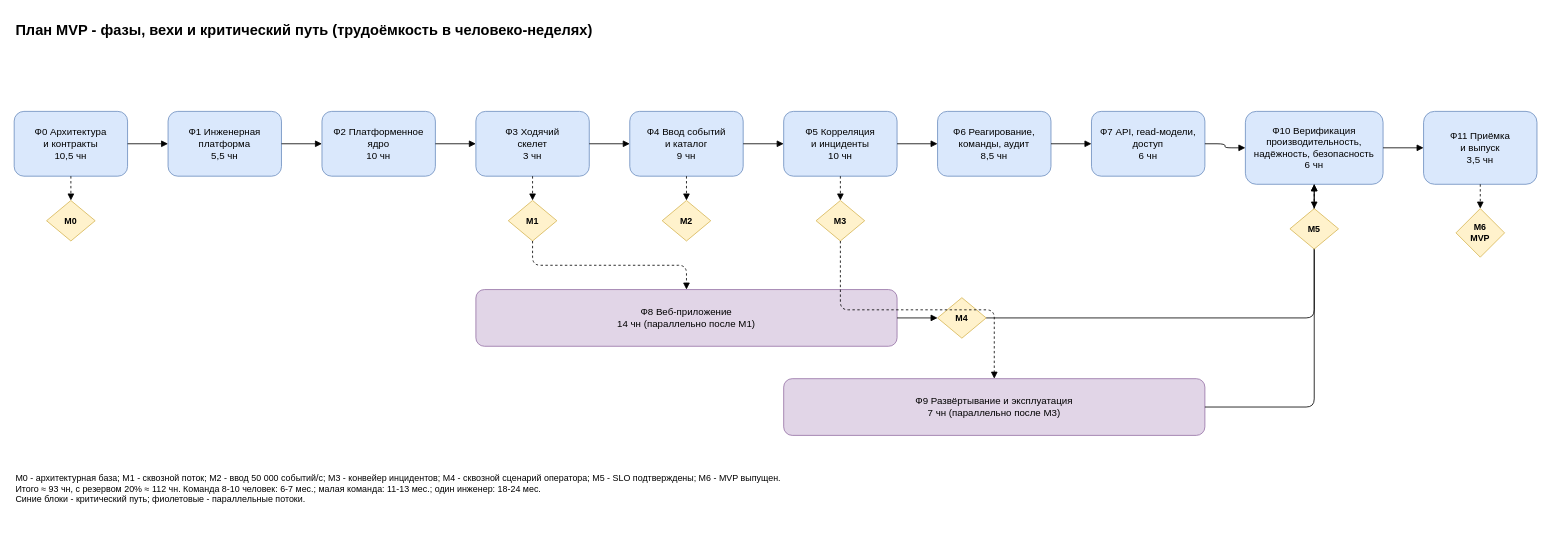
d8zerg/psim keeps this draw.io diagram as page "Фазы, вехи, критический путь" (2 of 2) of docs/psim-mvp-diagrams.drawio. Above is the earlier version. Source tidied: cells renumbered, new cells numbered last; positions are measured from the earlier drawing's top-left corner, leaving out a move shared by most shapes. Both pictures are drawn from the tidied source at 81%, with x=0, y=0 at pixel (14, 14).
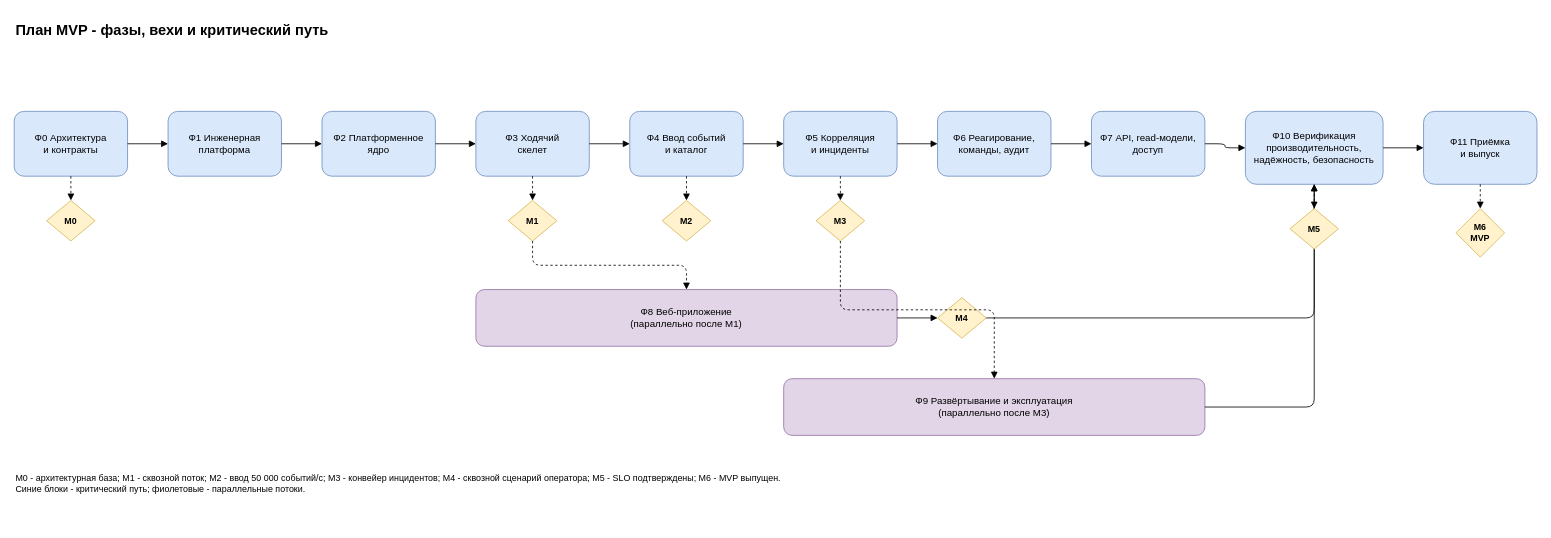
Above is the later version.

What changed in the source:
```diff
@@
-    <mxCell id="2" value="План MVP - фазы, вехи и критический путь (трудоёмкость в человеко-неделях)" style="text;html=1;align=left;verticalAlign=middle;fontSize=18;fontStyle=1;" parent="1" vertex="1">
+    <mxCell id="2" value="План MVP - фазы, вехи и критический путь" style="text;html=1;align=left;verticalAlign=middle;fontSize=18;fontStyle=1;" parent="1" vertex="1">
       <mxGeometry width="1200" height="40" as="geometry" />
     </mxCell>
-    <mxCell id="3" value="Ф0 Архитектура&lt;br&gt;и контракты&lt;br&gt;10,5 чн" style="rounded=1;whiteSpace=wrap;html=1;fillColor=#dae8fc;strokeColor=#6c8ebf;fontSize=12;" parent="1" vertex="1">
+    <mxCell id="3" value="Ф0 Архитектура&lt;br&gt;и контракты" style="rounded=1;whiteSpace=wrap;html=1;fillColor=#dae8fc;strokeColor=#6c8ebf;fontSize=12;" parent="1" vertex="1">
       <mxGeometry y="120" width="140" height="80" as="geometry" />
     </mxCell>
@@
-    <mxCell id="6" value="Ф1 Инженерная&lt;br&gt;платформа&lt;br&gt;5,5 чн" style="rounded=1;whiteSpace=wrap;html=1;fillColor=#dae8fc;strokeColor=#6c8ebf;fontSize=12;" parent="1" vertex="1">
+    <mxCell id="6" value="Ф1 Инженерная&lt;br&gt;платформа" style="rounded=1;whiteSpace=wrap;html=1;fillColor=#dae8fc;strokeColor=#6c8ebf;fontSize=12;" parent="1" vertex="1">
       <mxGeometry x="190" y="120" width="140" height="80" as="geometry" />
     </mxCell>
@@
-    <mxCell id="8" value="Ф2 Платформенное&lt;br&gt;ядро&lt;br&gt;10 чн" style="rounded=1;whiteSpace=wrap;html=1;fillColor=#dae8fc;strokeColor=#6c8ebf;fontSize=12;" parent="1" vertex="1">
+    <mxCell id="8" value="Ф2 Платформенное&lt;br&gt;ядро" style="rounded=1;whiteSpace=wrap;html=1;fillColor=#dae8fc;strokeColor=#6c8ebf;fontSize=12;" parent="1" vertex="1">
       <mxGeometry x="380" y="120" width="140" height="80" as="geometry" />
     </mxCell>
@@
-    <mxCell id="10" value="Ф3 Ходячий&lt;br&gt;скелет&lt;br&gt;3 чн" style="rounded=1;whiteSpace=wrap;html=1;fillColor=#dae8fc;strokeColor=#6c8ebf;fontSize=12;" parent="1" vertex="1">
+    <mxCell id="10" value="Ф3 Ходячий&lt;br&gt;скелет" style="rounded=1;whiteSpace=wrap;html=1;fillColor=#dae8fc;strokeColor=#6c8ebf;fontSize=12;" parent="1" vertex="1">
       <mxGeometry x="570" y="120" width="140" height="80" as="geometry" />
     </mxCell>
@@
-    <mxCell id="14" value="Ф4 Ввод событий&lt;br&gt;и каталог&lt;br&gt;9 чн" style="rounded=1;whiteSpace=wrap;html=1;fillColor=#dae8fc;strokeColor=#6c8ebf;fontSize=12;" parent="1" vertex="1">
+    <mxCell id="14" value="Ф4 Ввод событий&lt;br&gt;и каталог" style="rounded=1;whiteSpace=wrap;html=1;fillColor=#dae8fc;strokeColor=#6c8ebf;fontSize=12;" parent="1" vertex="1">
       <mxGeometry x="760" y="120" width="140" height="80" as="geometry" />
     </mxCell>
@@
-    <mxCell id="18" value="Ф5 Корреляция&lt;br&gt;и инциденты&lt;br&gt;10 чн" style="rounded=1;whiteSpace=wrap;html=1;fillColor=#dae8fc;strokeColor=#6c8ebf;fontSize=12;" parent="1" vertex="1">
+    <mxCell id="18" value="Ф5 Корреляция&lt;br&gt;и инциденты" style="rounded=1;whiteSpace=wrap;html=1;fillColor=#dae8fc;strokeColor=#6c8ebf;fontSize=12;" parent="1" vertex="1">
       <mxGeometry x="950" y="120" width="140" height="80" as="geometry" />
     </mxCell>
@@
-    <mxCell id="22" value="Ф6 Реагирование,&lt;br&gt;команды, аудит&lt;br&gt;8,5 чн" style="rounded=1;whiteSpace=wrap;html=1;fillColor=#dae8fc;strokeColor=#6c8ebf;fontSize=12;" parent="1" vertex="1">
+    <mxCell id="22" value="Ф6 Реагирование,&lt;br&gt;команды, аудит" style="rounded=1;whiteSpace=wrap;html=1;fillColor=#dae8fc;strokeColor=#6c8ebf;fontSize=12;" parent="1" vertex="1">
       <mxGeometry x="1140" y="120" width="140" height="80" as="geometry" />
     </mxCell>
@@
-    <mxCell id="24" value="Ф7 API, read-модели,&lt;br&gt;доступ&lt;br&gt;6 чн" style="rounded=1;whiteSpace=wrap;html=1;fillColor=#dae8fc;strokeColor=#6c8ebf;fontSize=12;" parent="1" vertex="1">
+    <mxCell id="24" value="Ф7 API, read-модели,&lt;br&gt;доступ" style="rounded=1;whiteSpace=wrap;html=1;fillColor=#dae8fc;strokeColor=#6c8ebf;fontSize=12;" parent="1" vertex="1">
       <mxGeometry x="1330" y="120" width="140" height="80" as="geometry" />
     </mxCell>
@@
-    <mxCell id="26" value="Ф8 Веб-приложение&lt;br&gt;14 чн (параллельно после M1)" style="rounded=1;whiteSpace=wrap;html=1;fillColor=#e1d5e7;strokeColor=#9673a6;fontSize=12;" parent="1" vertex="1">
+    <mxCell id="26" value="Ф8 Веб-приложение&lt;br&gt;(параллельно после M1)" style="rounded=1;whiteSpace=wrap;html=1;fillColor=#e1d5e7;strokeColor=#9673a6;fontSize=12;" parent="1" vertex="1">
       <mxGeometry x="570" y="340" width="520" height="70" as="geometry" />
     </mxCell>
@@
-    <mxCell id="30" value="Ф9 Развёртывание и эксплуатация&lt;br&gt;7 чн (параллельно после M3)" style="rounded=1;whiteSpace=wrap;html=1;fillColor=#e1d5e7;strokeColor=#9673a6;fontSize=12;" parent="1" vertex="1">
+    <mxCell id="30" value="Ф9 Развёртывание и эксплуатация&lt;br&gt;(параллельно после M3)" style="rounded=1;whiteSpace=wrap;html=1;fillColor=#e1d5e7;strokeColor=#9673a6;fontSize=12;" parent="1" vertex="1">
       <mxGeometry x="950" y="450" width="520" height="70" as="geometry" />
     </mxCell>
@@
-    <mxCell id="32" value="Ф10 Верификация&lt;br&gt;производительность,&lt;br&gt;надёжность, безопасность&lt;br&gt;6 чн" style="rounded=1;whiteSpace=wrap;html=1;fillColor=#dae8fc;strokeColor=#6c8ebf;fontSize=12;" parent="1" vertex="1">
+    <mxCell id="32" value="Ф10 Верификация&lt;br&gt;производительность,&lt;br&gt;надёжность, безопасность" style="rounded=1;whiteSpace=wrap;html=1;fillColor=#dae8fc;strokeColor=#6c8ebf;fontSize=12;" parent="1" vertex="1">
       <mxGeometry x="1520" y="120" width="170" height="90" as="geometry" />
     </mxCell>
@@
-    <mxCell id="38" value="Ф11 Приёмка&lt;br&gt;и выпуск&lt;br&gt;3,5 чн" style="rounded=1;whiteSpace=wrap;html=1;fillColor=#dae8fc;strokeColor=#6c8ebf;fontSize=12;" parent="1" vertex="1">
+    <mxCell id="38" value="Ф11 Приёмка&lt;br&gt;и выпуск" style="rounded=1;whiteSpace=wrap;html=1;fillColor=#dae8fc;strokeColor=#6c8ebf;fontSize=12;" parent="1" vertex="1">
       <mxGeometry x="1740" y="120" width="140" height="90" as="geometry" />
     </mxCell>
@@
-    <mxCell id="42" value="M0 - архитектурная база; M1 - сквозной поток; M2 - ввод 50 000 событий/с; M3 - конвейер инцидентов; M4 - сквозной сценарий оператора; M5 - SLO подтверждены; M6 - MVP выпущен.&lt;br&gt;Итого ≈ 93 чн, с резервом 20% ≈ 112 чн. Команда 8-10 человек: 6-7 мес.; малая команда: 11-13 мес.; один инженер: 18-24 мес.&lt;br&gt;Синие блоки - критический путь; фиолетовые - параллельные потоки." style="text;html=1;align=left;verticalAlign=top;whiteSpace=wrap;fontSize=11;" parent="1" vertex="1">
+    <mxCell id="42" value="M0 - архитектурная база; M1 - сквозной поток; M2 - ввод 50 000 событий/с; M3 - конвейер инцидентов; M4 - сквозной сценарий оператора; M5 - SLO подтверждены; M6 - MVP выпущен.&lt;br&gt;Синие блоки - критический путь; фиолетовые - параллельные потоки." style="text;html=1;align=left;verticalAlign=top;whiteSpace=wrap;fontSize=11;" parent="1" vertex="1">
       <mxGeometry y="560" width="1500" height="70" as="geometry" />
     </mxCell>
```
